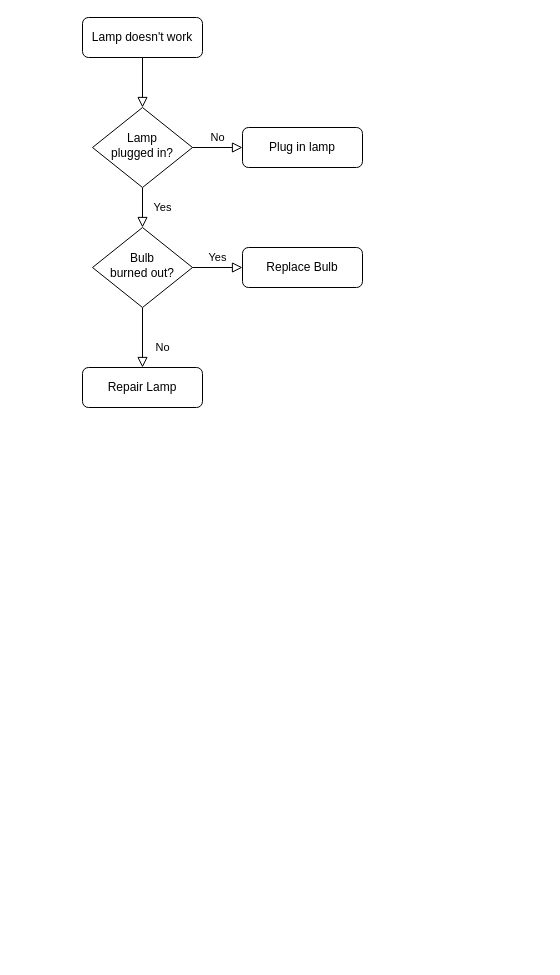
The draw.io diagram creditInfoChangeNotify.drawio in ABIN-DS/flowchart, before the edit. Source tidied: cells renumbered, new cells numbered last; positions are measured from the earlier drawing's top-left corner, leaving out a move shared by most shapes. Both pictures are drawn from the tidied source at 100%, with x=0, y=0 at pixel (82, 17).
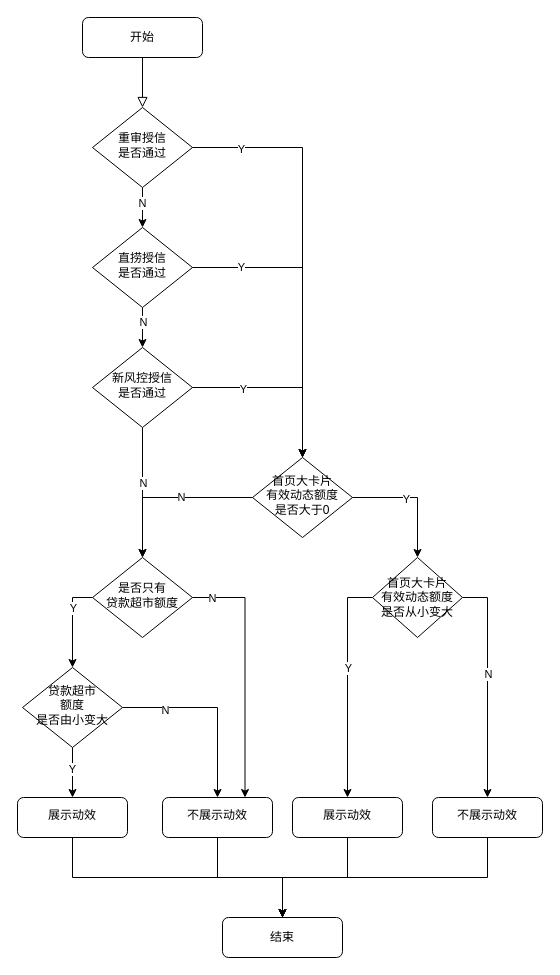
After the change.

The edit, as a diff of the source:
```diff
@@
-    <mxCell id="3" value="Lamp doesn't work" style="rounded=1;whiteSpace=wrap;html=1;fontSize=12;glass=0;strokeWidth=1;shadow=0;" parent="1" vertex="1">
+    <mxCell id="3" value="开始" style="rounded=1;whiteSpace=wrap;html=1;fontSize=12;glass=0;strokeWidth=1;shadow=0;" parent="1" vertex="1">
       <mxGeometry width="120" height="40" as="geometry" />
     </mxCell>
-    <mxCell id="4" value="Yes" style="rounded=0;html=1;jettySize=auto;fontSize=11;endArrow=block;endFill=0;endSize=8;strokeWidth=1;shadow=0;labelBackgroundColor=none;edgeStyle=orthogonalEdgeStyle;" parent="1" edge="1" source="6" target="10">
-      <mxGeometry y="20" relative="1" as="geometry" />
+    <mxCell id="4" style="edgeStyle=orthogonalEdgeStyle;rounded=0;jettySize=auto;html=1;entryX=0.5;entryY=0;entryDx=0;entryDy=0;" parent="1" edge="1" source="6" target="10">
+      <mxGeometry relative="1" as="geometry" />
     </mxCell>
-    <mxCell id="5" value="No" style="edgeStyle=orthogonalEdgeStyle;rounded=0;html=1;jettySize=auto;fontSize=11;endArrow=block;endFill=0;endSize=8;strokeWidth=1;shadow=0;labelBackgroundColor=none;" parent="1" edge="1" source="6" target="7">
-      <mxGeometry y="10" relative="1" as="geometry" />
-    </mxCell>
+    <mxCell id="13" value="N" style="edgeLabel;html=1;align=center;verticalAlign=middle;" parent="4" vertex="1">
+      <mxGeometry x="-0.25" y="-1" relative="1" as="geometry" />
+    </mxCell>
+    <mxCell id="14" style="edgeStyle=orthogonalEdgeStyle;rounded=0;jettySize=auto;html=1;exitX=1;exitY=0.5;exitDx=0;exitDy=0;entryX=0.5;entryY=0;entryDx=0;entryDy=0;" parent="1" edge="1" source="6" target="29">
+      <mxGeometry relative="1" as="geometry" />
+    </mxCell>
+    <mxCell id="15" value="Y" style="edgeLabel;html=1;align=center;verticalAlign=middle;" parent="14" vertex="1">
+      <mxGeometry x="-0.77" y="-1" relative="1" as="geometry" />
+    </mxCell>
-    <mxCell id="6" value="Lamp&lt;br&gt;plugged in?" style="rhombus;whiteSpace=wrap;html=1;shadow=0;fontFamily=Helvetica;fontSize=12;align=center;strokeWidth=1;spacing=6;spacingTop=-4;" parent="1" vertex="1">
+    <mxCell id="6" value="重审授信&lt;br&gt;是否通过" style="rhombus;whiteSpace=wrap;html=1;shadow=0;fontFamily=Helvetica;fontSize=12;align=center;strokeWidth=1;spacing=6;spacingTop=-4;" parent="1" vertex="1">
       <mxGeometry x="10" y="90" width="100" height="80" as="geometry" />
     </mxCell>
-    <mxCell id="7" value="Plug in lamp" style="rounded=1;whiteSpace=wrap;html=1;fontSize=12;glass=0;strokeWidth=1;shadow=0;" parent="1" vertex="1">
-      <mxGeometry x="160" y="110" width="120" height="40" as="geometry" />
-    </mxCell>
-    <mxCell id="8" value="No" style="rounded=0;html=1;jettySize=auto;fontSize=11;endArrow=block;endFill=0;endSize=8;strokeWidth=1;shadow=0;labelBackgroundColor=none;edgeStyle=orthogonalEdgeStyle;" parent="1" edge="1" source="10" target="11">
-      <mxGeometry x="0.33" y="20" relative="1" as="geometry" />
-    </mxCell>
-    <mxCell id="9" value="Yes" style="edgeStyle=orthogonalEdgeStyle;rounded=0;html=1;jettySize=auto;fontSize=11;endArrow=block;endFill=0;endSize=8;strokeWidth=1;shadow=0;labelBackgroundColor=none;" parent="1" edge="1" source="10" target="12">
-      <mxGeometry y="10" relative="1" as="geometry" />
-    </mxCell>
+    <mxCell id="16" style="edgeStyle=orthogonalEdgeStyle;rounded=0;jettySize=auto;html=1;" parent="1" edge="1" source="10" target="24">
+      <mxGeometry relative="1" as="geometry" />
+    </mxCell>
+    <mxCell id="17" value="N" style="edgeLabel;html=1;align=center;verticalAlign=middle;" parent="16" vertex="1">
+      <mxGeometry x="-0.3" relative="1" as="geometry" />
+    </mxCell>
+    <mxCell id="18" style="edgeStyle=orthogonalEdgeStyle;rounded=0;jettySize=auto;html=1;entryX=0.5;entryY=0;entryDx=0;entryDy=0;" parent="1" edge="1" source="10" target="29">
+      <mxGeometry relative="1" as="geometry" />
+    </mxCell>
+    <mxCell id="19" value="Y" style="edgeLabel;html=1;align=center;verticalAlign=middle;" parent="18" vertex="1">
+      <mxGeometry x="-0.68" y="1" relative="1" as="geometry" />
+    </mxCell>
-    <mxCell id="10" value="Bulb&lt;br&gt;burned out?" style="rhombus;whiteSpace=wrap;html=1;shadow=0;fontFamily=Helvetica;fontSize=12;align=center;strokeWidth=1;spacing=6;spacingTop=-4;" parent="1" vertex="1">
+    <mxCell id="10" value="直捞授信&lt;br&gt;是否通过" style="rhombus;whiteSpace=wrap;html=1;shadow=0;fontFamily=Helvetica;fontSize=12;align=center;strokeWidth=1;spacing=6;spacingTop=-4;" parent="1" vertex="1">
       <mxGeometry x="10" y="210" width="100" height="80" as="geometry" />
     </mxCell>
-    <mxCell id="11" value="Repair Lamp" style="rounded=1;whiteSpace=wrap;html=1;fontSize=12;glass=0;strokeWidth=1;shadow=0;" parent="1" vertex="1">
-      <mxGeometry y="350" width="120" height="40" as="geometry" />
-    </mxCell>
-    <mxCell id="12" value="Replace Bulb" style="rounded=1;whiteSpace=wrap;html=1;fontSize=12;glass=0;strokeWidth=1;shadow=0;" parent="1" vertex="1">
-      <mxGeometry x="160" y="230" width="120" height="40" as="geometry" />
-    </mxCell>
+    <mxCell id="20" style="edgeStyle=orthogonalEdgeStyle;rounded=0;jettySize=auto;html=1;entryX=0.5;entryY=0;entryDx=0;entryDy=0;" parent="1" edge="1" source="24" target="43">
+      <mxGeometry relative="1" as="geometry" />
+    </mxCell>
+    <mxCell id="21" value="N" style="edgeLabel;html=1;align=center;verticalAlign=middle;" parent="20" vertex="1">
+      <mxGeometry x="-0.15" relative="1" as="geometry" />
+    </mxCell>
+    <mxCell id="22" style="edgeStyle=orthogonalEdgeStyle;rounded=0;jettySize=auto;html=1;entryX=0.5;entryY=0;entryDx=0;entryDy=0;" parent="1" edge="1" source="24" target="29">
+      <mxGeometry relative="1" as="geometry" />
+    </mxCell>
+    <mxCell id="23" value="Y" style="edgeLabel;html=1;align=center;verticalAlign=middle;" parent="22" vertex="1">
+      <mxGeometry x="-0.44" y="-1" relative="1" as="geometry" />
+    </mxCell>
+    <mxCell id="24" value="新风控授信&lt;br&gt;是否通过" style="rhombus;whiteSpace=wrap;html=1;shadow=0;fontFamily=Helvetica;fontSize=12;align=center;strokeWidth=1;spacing=6;spacingTop=-4;" parent="1" vertex="1">
+      <mxGeometry x="10" y="330" width="100" height="80" as="geometry" />
+    </mxCell>
+    <mxCell id="25" style="edgeStyle=orthogonalEdgeStyle;rounded=0;jettySize=auto;html=1;entryX=0.5;entryY=0;entryDx=0;entryDy=0;" parent="1" edge="1" source="29" target="36">
+      <mxGeometry relative="1" as="geometry" />
+    </mxCell>
+    <mxCell id="26" value="Y" style="edgeLabel;html=1;align=center;verticalAlign=middle;" parent="25" vertex="1">
+      <mxGeometry x="-0.16" y="-1" relative="1" as="geometry" />
+    </mxCell>
+    <mxCell id="27" style="edgeStyle=orthogonalEdgeStyle;rounded=0;jettySize=auto;html=1;entryX=0.5;entryY=0;entryDx=0;entryDy=0;" parent="1" edge="1" source="29" target="43">
+      <mxGeometry relative="1" as="geometry" />
+    </mxCell>
+    <mxCell id="28" value="N" style="edgeLabel;html=1;align=center;verticalAlign=middle;" parent="27" vertex="1">
+      <mxGeometry x="-0.15" y="-1" relative="1" as="geometry" />
+    </mxCell>
+    <mxCell id="29" value="首页大卡片&lt;br&gt;有效动态额度&lt;br&gt;是否大于0" style="rhombus;whiteSpace=wrap;html=1;shadow=0;fontFamily=Helvetica;fontSize=12;align=center;strokeWidth=1;spacing=6;spacingTop=-4;" parent="1" vertex="1">
+      <mxGeometry x="170" y="440" width="100" height="80" as="geometry" />
+    </mxCell>
+    <mxCell id="30" style="edgeStyle=orthogonalEdgeStyle;rounded=0;jettySize=auto;html=1;entryX=0.5;entryY=0;entryDx=0;entryDy=0;" parent="1" edge="1" source="31" target="53">
+      <mxGeometry relative="1" as="geometry" />
+    </mxCell>
+    <mxCell id="31" value="展示动效" style="rounded=1;whiteSpace=wrap;html=1;shadow=0;strokeWidth=1;spacing=6;spacingTop=-4;" parent="1" vertex="1">
+      <mxGeometry x="210" y="780" width="110" height="40" as="geometry" />
+    </mxCell>
+    <mxCell id="32" style="edgeStyle=orthogonalEdgeStyle;rounded=0;jettySize=auto;html=1;entryX=0.5;entryY=0;entryDx=0;entryDy=0;exitX=0;exitY=0.5;exitDx=0;exitDy=0;" parent="1" edge="1" source="36" target="31">
+      <mxGeometry relative="1" as="geometry" />
+    </mxCell>
+    <mxCell id="33" value="Y" style="edgeLabel;html=1;align=center;verticalAlign=middle;" parent="32" vertex="1">
+      <mxGeometry x="-0.16" relative="1" as="geometry" />
+    </mxCell>
+    <mxCell id="34" style="edgeStyle=orthogonalEdgeStyle;rounded=0;jettySize=auto;html=1;entryX=0.5;entryY=0;entryDx=0;entryDy=0;exitX=1;exitY=0.5;exitDx=0;exitDy=0;" parent="1" edge="1" source="36" target="38">
+      <mxGeometry relative="1" as="geometry" />
+    </mxCell>
+    <mxCell id="35" value="N" style="edgeLabel;html=1;align=center;verticalAlign=middle;" parent="34" vertex="1">
+      <mxGeometry x="-0.1" relative="1" as="geometry" />
+    </mxCell>
+    <mxCell id="36" value="首页大卡片&lt;br&gt;有效动态额度&lt;br&gt;是否从小变大" style="rhombus;whiteSpace=wrap;html=1;" parent="1" vertex="1">
+      <mxGeometry x="290" y="540" width="90" height="80" as="geometry" />
+    </mxCell>
+    <mxCell id="37" style="edgeStyle=orthogonalEdgeStyle;rounded=0;jettySize=auto;html=1;entryX=0.5;entryY=0;entryDx=0;entryDy=0;exitX=0.5;exitY=1;exitDx=0;exitDy=0;" parent="1" edge="1" source="38" target="53">
+      <mxGeometry relative="1" as="geometry" />
+    </mxCell>
+    <mxCell id="38" value="不展示动效" style="rounded=1;whiteSpace=wrap;html=1;shadow=0;strokeWidth=1;spacing=6;spacingTop=-4;" parent="1" vertex="1">
+      <mxGeometry x="350" y="780" width="110" height="40" as="geometry" />
+    </mxCell>
+    <mxCell id="39" style="edgeStyle=orthogonalEdgeStyle;rounded=0;jettySize=auto;html=1;exitX=0;exitY=0.5;exitDx=0;exitDy=0;" parent="1" edge="1" source="43" target="48">
+      <mxGeometry relative="1" as="geometry" />
+    </mxCell>
+    <mxCell id="40" value="Y" style="edgeLabel;html=1;align=center;verticalAlign=middle;" parent="39" vertex="1">
+      <mxGeometry x="-0.33" relative="1" as="geometry" />
+    </mxCell>
+    <mxCell id="41" style="edgeStyle=orthogonalEdgeStyle;rounded=0;jettySize=auto;html=1;entryX=0.75;entryY=0;entryDx=0;entryDy=0;exitX=1;exitY=0.5;exitDx=0;exitDy=0;" parent="1" edge="1" source="43" target="52">
+      <mxGeometry relative="1" as="geometry">
+        <Array as="points">
+          <mxPoint x="163" y="580" />
+        </Array>
+      </mxGeometry>
+    </mxCell>
+    <mxCell id="42" value="N" style="edgeLabel;html=1;align=center;verticalAlign=middle;" parent="41" vertex="1">
+      <mxGeometry x="-0.85" relative="1" as="geometry" />
+    </mxCell>
+    <mxCell id="43" value="是否只有&lt;br&gt;贷款超市额度" style="rhombus;whiteSpace=wrap;html=1;shadow=0;fontFamily=Helvetica;fontSize=12;align=center;strokeWidth=1;spacing=6;spacingTop=-4;" parent="1" vertex="1">
+      <mxGeometry x="10" y="540" width="100" height="80" as="geometry" />
+    </mxCell>
+    <mxCell id="44" style="edgeStyle=orthogonalEdgeStyle;rounded=0;jettySize=auto;html=1;entryX=0.5;entryY=0;entryDx=0;entryDy=0;" parent="1" edge="1" source="48" target="50">
+      <mxGeometry relative="1" as="geometry" />
+    </mxCell>
+    <mxCell id="45" value="Y" style="edgeLabel;html=1;align=center;verticalAlign=middle;" parent="44" vertex="1">
+      <mxGeometry x="-0.16" y="-1" relative="1" as="geometry" />
+    </mxCell>
+    <mxCell id="46" style="edgeStyle=orthogonalEdgeStyle;rounded=0;jettySize=auto;html=1;entryX=0.5;entryY=0;entryDx=0;entryDy=0;" parent="1" edge="1" source="48" target="52">
+      <mxGeometry relative="1" as="geometry" />
+    </mxCell>
+    <mxCell id="47" value="N" style="edgeLabel;html=1;align=center;verticalAlign=middle;" parent="46" vertex="1">
+      <mxGeometry x="-0.55" y="-2" relative="1" as="geometry" />
+    </mxCell>
+    <mxCell id="48" value="贷款超市&lt;br&gt;额度&lt;br&gt;是否由小变大" style="rhombus;whiteSpace=wrap;html=1;shadow=0;fontFamily=Helvetica;fontSize=12;align=center;strokeWidth=1;spacing=6;spacingTop=-4;" parent="1" vertex="1">
+      <mxGeometry x="-60" y="650" width="100" height="80" as="geometry" />
+    </mxCell>
+    <mxCell id="49" style="edgeStyle=orthogonalEdgeStyle;rounded=0;jettySize=auto;html=1;entryX=0.5;entryY=0;entryDx=0;entryDy=0;exitX=0.5;exitY=1;exitDx=0;exitDy=0;" parent="1" edge="1" source="50" target="53">
+      <mxGeometry relative="1" as="geometry" />
+    </mxCell>
+    <mxCell id="50" value="展示动效" style="rounded=1;whiteSpace=wrap;html=1;shadow=0;strokeWidth=1;spacing=6;spacingTop=-4;" parent="1" vertex="1">
+      <mxGeometry x="-65" y="780" width="110" height="40" as="geometry" />
+    </mxCell>
+    <mxCell id="51" style="edgeStyle=orthogonalEdgeStyle;rounded=0;jettySize=auto;html=1;entryX=0.5;entryY=0;entryDx=0;entryDy=0;" parent="1" edge="1" source="52" target="53">
+      <mxGeometry relative="1" as="geometry" />
+    </mxCell>
+    <mxCell id="52" value="不展示动效" style="rounded=1;whiteSpace=wrap;html=1;shadow=0;strokeWidth=1;spacing=6;spacingTop=-4;" parent="1" vertex="1">
+      <mxGeometry x="80" y="780" width="110" height="40" as="geometry" />
+    </mxCell>
+    <mxCell id="53" value="结束" style="rounded=1;whiteSpace=wrap;html=1;fontSize=12;glass=0;strokeWidth=1;shadow=0;" parent="1" vertex="1">
+      <mxGeometry x="140" y="900" width="120" height="40" as="geometry" />
+    </mxCell>
```
